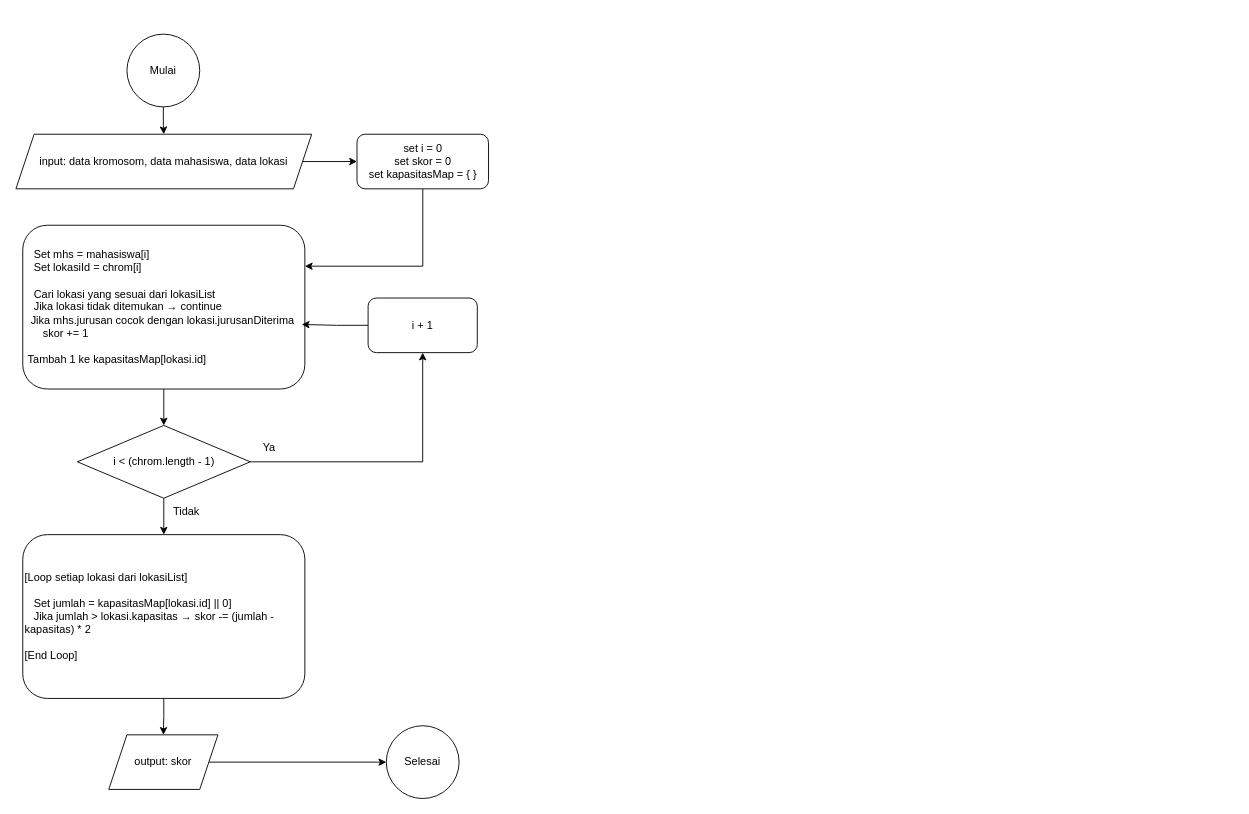
Above: page "Evaluasi Fitness" (3 of 6) of titik-pkn.drawio in AgungSukaAFK/titik-pkn (draw.io), before the change. Source tidied: cells renumbered, new cells numbered last; positions are measured from the earlier drawing's top-left corner, leaving out a move shared by most shapes. Both pictures are drawn from the tidied source at 91%, with x=0, y=0 at pixel (15, 34).
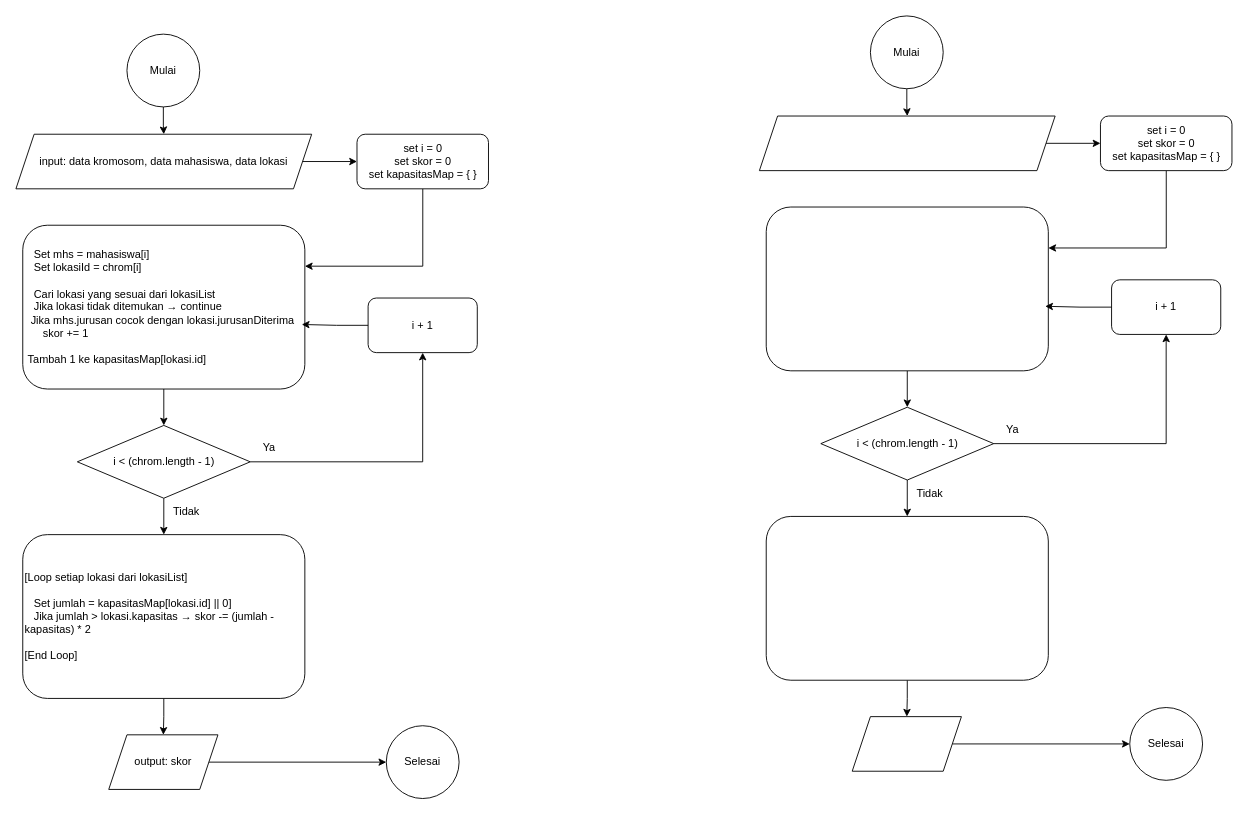
The same diagram, later.

What changed in the source:
```diff
@@
+    <mxCell id="22" style="edgeStyle=orthogonalEdgeStyle;rounded=0;jettySize=auto;html=1;" parent="1" edge="1" source="23" target="26">
+      <mxGeometry relative="1" as="geometry" />
+    </mxCell>
+    <mxCell id="23" value="Mulai" style="ellipse;whiteSpace=wrap;html=1;" parent="1" vertex="1">
+      <mxGeometry x="939" y="-20" width="80" height="80" as="geometry" />
+    </mxCell>
+    <mxCell id="24" value="Selesai" style="ellipse;whiteSpace=wrap;html=1;" parent="1" vertex="1">
+      <mxGeometry x="1224" y="740" width="80" height="80" as="geometry" />
+    </mxCell>
+    <mxCell id="25" style="edgeStyle=orthogonalEdgeStyle;rounded=0;jettySize=auto;html=1;" parent="1" edge="1" source="26" target="28">
+      <mxGeometry relative="1" as="geometry" />
+    </mxCell>
+    <mxCell id="26" style="shape=parallelogram;perimeter=parallelogramPerimeter;whiteSpace=wrap;html=1;fixedSize=1;" parent="1" vertex="1">
+      <mxGeometry x="817" y="90" width="325" height="60" as="geometry" />
+    </mxCell>
+    <mxCell id="27" style="edgeStyle=orthogonalEdgeStyle;rounded=0;jettySize=auto;html=1;entryX=1;entryY=0.25;entryDx=0;entryDy=0;" parent="1" edge="1" source="28" target="30">
+      <mxGeometry relative="1" as="geometry">
+        <Array as="points">
+          <mxPoint x="1264" y="235" />
+        </Array>
+      </mxGeometry>
+    </mxCell>
+    <mxCell id="28" value="&lt;div&gt;set i = 0&lt;/div&gt;set skor = 0&lt;div&gt;set kapasitasMap = { }&lt;/div&gt;" style="rounded=1;whiteSpace=wrap;html=1;" parent="1" vertex="1">
+      <mxGeometry x="1191.8" y="90" width="144.5" height="60" as="geometry" />
+    </mxCell>
+    <mxCell id="29" style="edgeStyle=orthogonalEdgeStyle;rounded=0;jettySize=auto;html=1;" parent="1" edge="1" source="30" target="37">
+      <mxGeometry relative="1" as="geometry" />
+    </mxCell>
+    <mxCell id="30" value="&lt;div style=&quot;&quot;&gt;&lt;br&gt;&lt;/div&gt;" style="rounded=1;whiteSpace=wrap;html=1;align=left;" parent="1" vertex="1">
+      <mxGeometry x="824.5" y="190" width="310" height="180" as="geometry" />
+    </mxCell>
+    <mxCell id="31" style="edgeStyle=orthogonalEdgeStyle;rounded=0;jettySize=auto;html=1;" parent="1" edge="1" source="32" target="34">
+      <mxGeometry relative="1" as="geometry" />
+    </mxCell>
+    <mxCell id="32" value="&lt;div style=&quot;&quot;&gt;&lt;br&gt;&lt;/div&gt;" style="rounded=1;whiteSpace=wrap;html=1;align=left;" parent="1" vertex="1">
+      <mxGeometry x="824.5" y="530" width="310" height="180" as="geometry" />
+    </mxCell>
+    <mxCell id="33" style="edgeStyle=orthogonalEdgeStyle;rounded=0;jettySize=auto;html=1;" parent="1" edge="1" source="34" target="24">
+      <mxGeometry relative="1" as="geometry" />
+    </mxCell>
+    <mxCell id="34" style="shape=parallelogram;perimeter=parallelogramPerimeter;whiteSpace=wrap;html=1;fixedSize=1;" parent="1" vertex="1">
+      <mxGeometry x="919" y="750" width="120" height="60" as="geometry" />
+    </mxCell>
+    <mxCell id="35" style="edgeStyle=orthogonalEdgeStyle;rounded=0;jettySize=auto;html=1;" parent="1" edge="1" source="37" target="38">
+      <mxGeometry relative="1" as="geometry" />
+    </mxCell>
+    <mxCell id="36" style="edgeStyle=orthogonalEdgeStyle;rounded=0;jettySize=auto;html=1;" parent="1" edge="1" source="37" target="32">
+      <mxGeometry relative="1" as="geometry" />
+    </mxCell>
+    <mxCell id="37" value="i &amp;lt; (chrom.length - 1)" style="rhombus;whiteSpace=wrap;html=1;" parent="1" vertex="1">
+      <mxGeometry x="884.5" y="410" width="190" height="80" as="geometry" />
+    </mxCell>
+    <mxCell id="38" value="i + 1" style="rounded=1;whiteSpace=wrap;html=1;" parent="1" vertex="1">
+      <mxGeometry x="1204" y="270" width="120" height="60" as="geometry" />
+    </mxCell>
+    <mxCell id="39" style="edgeStyle=orthogonalEdgeStyle;rounded=0;jettySize=auto;html=1;entryX=0.989;entryY=0.606;entryDx=0;entryDy=0;entryPerimeter=0;" parent="1" edge="1" source="38" target="30">
+      <mxGeometry relative="1" as="geometry" />
+    </mxCell>
+    <mxCell id="40" value="Ya" style="text;html=1;align=center;verticalAlign=middle;strokeColor=none;fillColor=none;" parent="1" vertex="1">
+      <mxGeometry x="1074.5" y="420" width="40" height="30" as="geometry" />
+    </mxCell>
+    <mxCell id="41" value="Tidak" style="text;html=1;align=center;verticalAlign=middle;strokeColor=none;fillColor=none;" parent="1" vertex="1">
+      <mxGeometry x="979" y="490" width="50" height="30" as="geometry" />
+    </mxCell>
```
